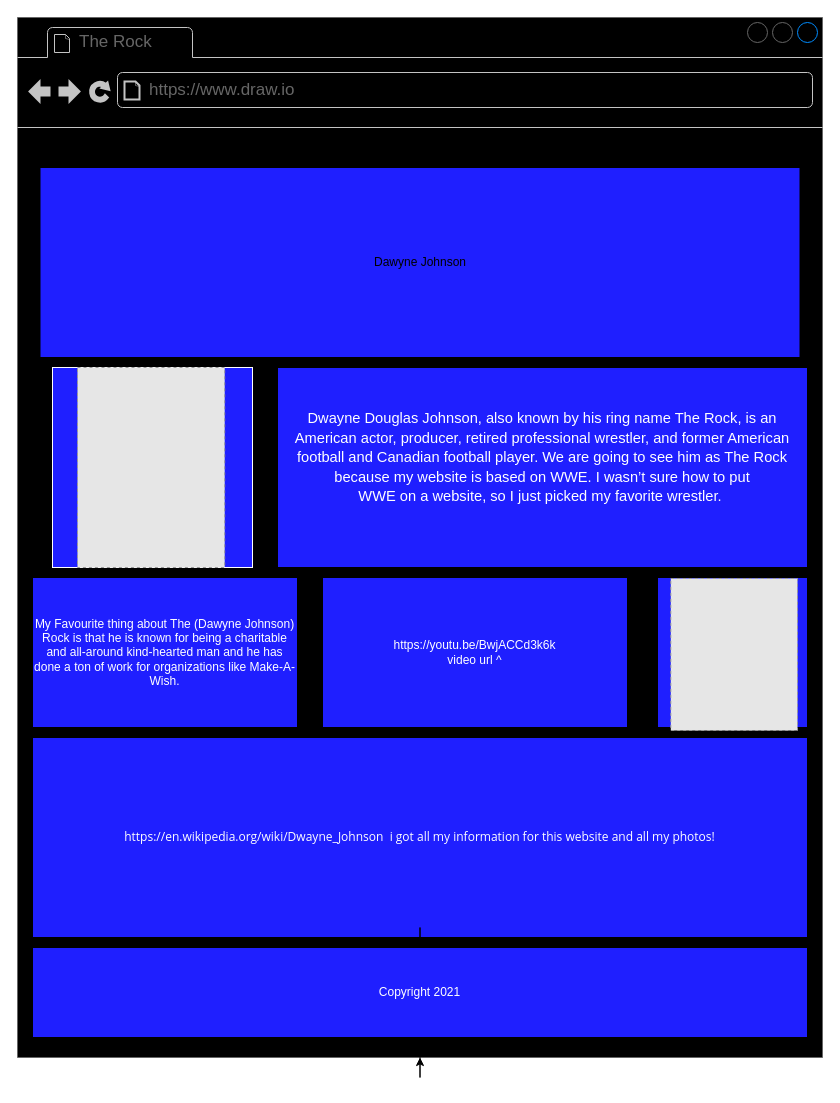
Before: wireframe.drawio in ASDAH-Digtal/18734-faavae-tau, a draw.io diagram. Source tidied: cells renumbered, new cells numbered last; positions are measured from the earlier drawing's top-left corner, leaving out a move shared by most shapes. Both pictures are drawn from the tidied source at 100%, with x=0, y=0 at pixel (17, 17). Pictures stored in the file or linked from it are replaced by grey dashed boxes.
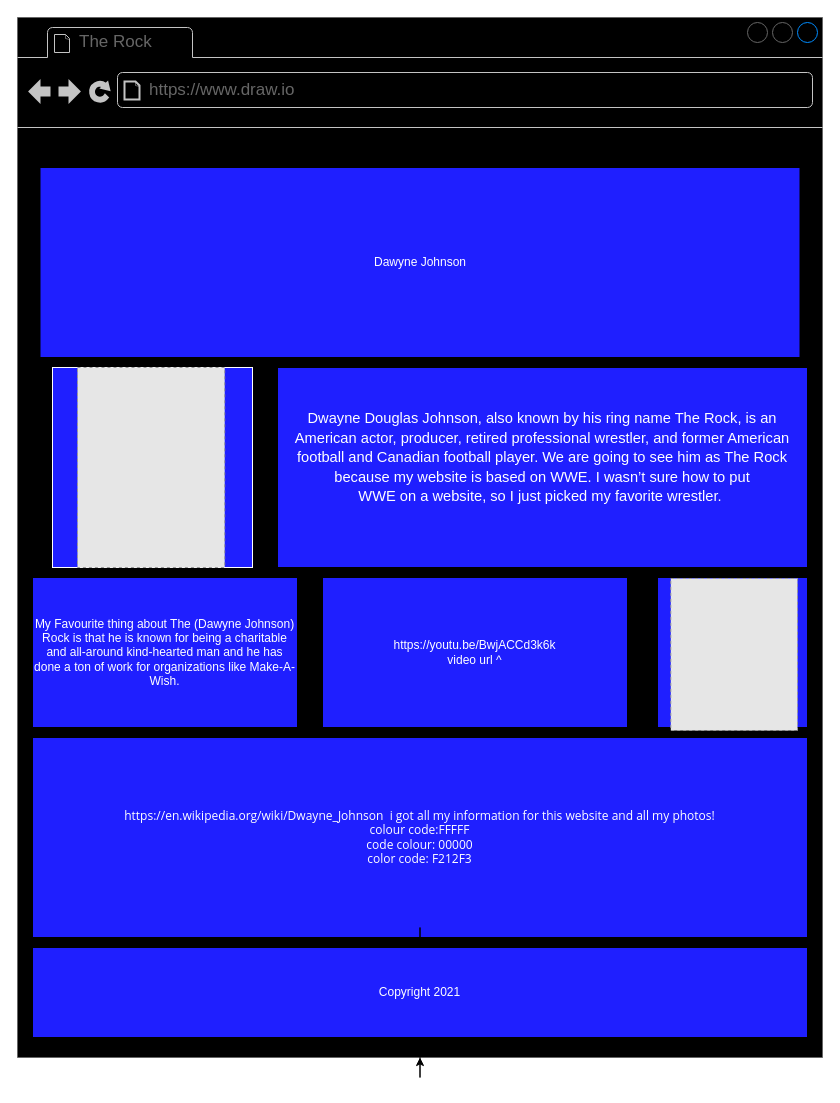
The same diagram, later.

What changed in the source:
```diff
@@
 <mxGraphModel>
   <root>
     <mxCell id="0" />
     <mxCell id="1" parent="0" />
     <mxCell id="2" value="https://upload.wikimedia.org/wikipedia/commons/thumb/9/9e/Therockaswwfchampion.jpg/170px-Therockaswwfchampion.jpg" style="strokeWidth=1;shadow=0;dashed=0;align=center;html=1;shape=mxgraph.mockup.containers.browserWindow;rSize=0;strokeColor=#666666;strokeColor2=#008cff;strokeColor3=#c4c4c4;mainText=,;fillColor=#000000;" parent="1" vertex="1">
       <mxGeometry width="805" height="1040" as="geometry" />
     </mxCell>
     <mxCell id="3" value="The Rock" style="strokeWidth=1;shadow=0;dashed=0;align=center;html=1;shape=mxgraph.mockup.containers.anchor;fontSize=17;fontColor=#666666;align=left;" parent="2" vertex="1">
       <mxGeometry x="60" y="12" width="160" height="26" as="geometry" />
     </mxCell>
     <mxCell id="4" value="https://www.draw.io" style="strokeWidth=1;shadow=0;dashed=0;align=center;html=1;shape=mxgraph.mockup.containers.anchor;rSize=0;fontSize=17;fontColor=#666666;align=left;" parent="2" vertex="1">
       <mxGeometry x="130" y="60" width="250" height="26" as="geometry" />
     </mxCell>
     <mxCell id="5" value="&lt;div class=&quot;OutlineElement Ltr  BCX0 SCXW151500705&quot; style=&quot;margin: 0px ; padding: 0px ; overflow: visible ; cursor: text ; clear: both ; position: relative ; direction: ltr ; font-family: &amp;#34;segoe ui&amp;#34; , &amp;#34;segoe ui web&amp;#34; , &amp;#34;arial&amp;#34; , &amp;#34;verdana&amp;#34; , sans-serif&quot;&gt;&lt;p class=&quot;Paragraph SCXW151500705 BCX0&quot; style=&quot;margin: 0px ; padding: 0px ; overflow-wrap: break-word ; vertical-align: baseline&quot;&gt;&lt;span style=&quot;background-color: rgb(31 , 31 , 255)&quot;&gt;&lt;font color=&quot;#ffffff&quot;&gt;&lt;span lang=&quot;EN-US&quot; class=&quot;TextRun SCXW151500705 BCX0&quot; style=&quot;margin: 0px ; padding: 0px ; font-size: 11pt ; line-height: 19.425px ; font-family: &amp;#34;calibri&amp;#34; , &amp;#34;calibri_embeddedfont&amp;#34; , &amp;#34;calibri_msfontservice&amp;#34; , sans-serif&quot;&gt;&lt;span class=&quot;NormalTextRun SCXW151500705 BCX0&quot; style=&quot;margin: 0px ; padding: 0px&quot;&gt;Dwayne Douglas Johnson, also known by his ring name The Rock, is an American actor, producer, retired professional wrestler, and former American football and Canadian football player.&lt;/span&gt;&lt;span class=&quot;NormalTextRun SCXW151500705 BCX0&quot; style=&quot;margin: 0px ; padding: 0px&quot;&gt;&amp;nbsp;We are going to see him as The Rock because my website is based on WWE. I wasn’t sure how to put WWE&lt;/span&gt;&lt;span class=&quot;NormalTextRun SCXW151500705 BCX0&quot; style=&quot;margin: 0px ; padding: 0px&quot;&gt;&amp;nbsp;&lt;/span&gt;&lt;span class=&quot;NormalTextRun SCXW151500705 BCX0&quot; style=&quot;margin: 0px ; padding: 0px&quot;&gt;on&lt;/span&gt;&lt;span class=&quot;NormalTextRun SCXW151500705 BCX0&quot; style=&quot;margin: 0px ; padding: 0px&quot;&gt;&amp;nbsp;a&amp;nbsp;&lt;/span&gt;&lt;span class=&quot;NormalTextRun SCXW151500705 BCX0&quot; style=&quot;margin: 0px ; padding: 0px&quot;&gt;website,&lt;/span&gt;&lt;span class=&quot;NormalTextRun SCXW151500705 BCX0&quot; style=&quot;margin: 0px ; padding: 0px&quot;&gt;&amp;nbsp;so I just picked my favorite wrestler.&lt;/span&gt;&lt;/span&gt;&lt;span class=&quot;EOP SCXW151500705 BCX0&quot; style=&quot;margin: 0px ; padding: 0px ; font-size: 11pt ; line-height: 19.425px ; font-family: &amp;#34;calibri&amp;#34; , &amp;#34;calibri_embeddedfont&amp;#34; , &amp;#34;calibri_msfontservice&amp;#34; , sans-serif&quot;&gt;&amp;nbsp;&lt;/span&gt;&lt;/font&gt;&lt;/span&gt;&lt;/p&gt;&lt;/div&gt;&lt;div class=&quot;OutlineElement Ltr  BCX0 SCXW151500705&quot; style=&quot;margin: 0px ; padding: 0px ; overflow: visible ; cursor: text ; clear: both ; position: relative ; direction: ltr ; font-family: &amp;#34;segoe ui&amp;#34; , &amp;#34;segoe ui web&amp;#34; , &amp;#34;arial&amp;#34; , &amp;#34;verdana&amp;#34; , sans-serif&quot;&gt;&lt;p class=&quot;Paragraph SCXW151500705 BCX0&quot; style=&quot;margin: 0px ; padding: 0px ; overflow-wrap: break-word ; vertical-align: baseline&quot;&gt;&lt;span style=&quot;background-color: rgb(31 , 31 , 255)&quot;&gt;&lt;font color=&quot;#ffffff&quot;&gt;&lt;span lang=&quot;EN-US&quot; class=&quot;TextRun SCXW151500705 BCX0&quot; style=&quot;margin: 0px ; padding: 0px ; font-size: 11pt ; line-height: 19.425px ; font-family: &amp;#34;calibri&amp;#34; , &amp;#34;calibri_embeddedfont&amp;#34; , &amp;#34;calibri_msfontservice&amp;#34; , sans-serif&quot;&gt;&lt;span class=&quot;NormalTextRun SCXW151500705 BCX0&quot; style=&quot;margin: 0px ; padding: 0px&quot;&gt;&lt;/span&gt;&lt;/span&gt;&lt;span class=&quot;EOP SCXW151500705 BCX0&quot; style=&quot;margin: 0px ; padding: 0px ; font-size: 11pt ; line-height: 19.425px ; font-family: &amp;#34;calibri&amp;#34; , &amp;#34;calibri_embeddedfont&amp;#34; , &amp;#34;calibri_msfontservice&amp;#34; , sans-serif&quot;&gt;&amp;nbsp;&lt;/span&gt;&lt;/font&gt;&lt;/span&gt;&lt;/p&gt;&lt;/div&gt;" style="rounded=0;whiteSpace=wrap;html=1;fillColor=#1F1FFF;" parent="2" vertex="1">
       <mxGeometry x="260" y="350" width="530" height="200" as="geometry" />
     </mxCell>
-    <mxCell id="6" value="&lt;div class=&quot;OutlineElement Ltr  BCX0 SCXW151500705&quot; style=&quot;margin: 0px ; padding: 0px ; overflow: visible ; cursor: text ; clear: both ; position: relative ; direction: ltr&quot;&gt;&lt;p class=&quot;Paragraph SCXW151500705 BCX0&quot; style=&quot;margin: 0px ; padding: 0px ; overflow-wrap: break-word ; vertical-align: baseline&quot;&gt;&lt;font face=&quot;segoe ui, segoe ui web, arial, verdana, sans-serif&quot; color=&quot;#ffffff&quot;&gt;https://en.wikipedia.org/wiki/Dwayne_Johnson&amp;nbsp; i got all my information for this website and all my photos!&lt;/font&gt;&lt;br&gt;&lt;/p&gt;&lt;/div&gt;" style="rounded=0;whiteSpace=wrap;html=1;fillColor=#1F1FFF;" parent="2" vertex="1">
+    <mxCell id="6" value="&lt;div class=&quot;OutlineElement Ltr  BCX0 SCXW151500705&quot; style=&quot;margin: 0px ; padding: 0px ; overflow: visible ; cursor: text ; clear: both ; position: relative ; direction: ltr&quot;&gt;&lt;p class=&quot;Paragraph SCXW151500705 BCX0&quot; style=&quot;margin: 0px ; padding: 0px ; overflow-wrap: break-word ; vertical-align: baseline&quot;&gt;&lt;font face=&quot;segoe ui, segoe ui web, arial, verdana, sans-serif&quot; color=&quot;#ffffff&quot;&gt;https://en.wikipedia.org/wiki/Dwayne_Johnson&amp;nbsp; i got all my information for this website and all my photos!&lt;/font&gt;&lt;br&gt;&lt;/p&gt;&lt;p class=&quot;Paragraph SCXW151500705 BCX0&quot; style=&quot;margin: 0px ; padding: 0px ; overflow-wrap: break-word ; vertical-align: baseline&quot;&gt;&lt;font face=&quot;segoe ui, segoe ui web, arial, verdana, sans-serif&quot; color=&quot;#ffffff&quot;&gt;colour code:FFFFF&lt;/font&gt;&lt;/p&gt;&lt;p class=&quot;Paragraph SCXW151500705 BCX0&quot; style=&quot;margin: 0px ; padding: 0px ; overflow-wrap: break-word ; vertical-align: baseline&quot;&gt;&lt;font face=&quot;segoe ui, segoe ui web, arial, verdana, sans-serif&quot; color=&quot;#ffffff&quot;&gt;code colour: 00000&lt;/font&gt;&lt;/p&gt;&lt;p class=&quot;Paragraph SCXW151500705 BCX0&quot; style=&quot;margin: 0px ; padding: 0px ; overflow-wrap: break-word ; vertical-align: baseline&quot;&gt;&lt;font face=&quot;segoe ui, segoe ui web, arial, verdana, sans-serif&quot; color=&quot;#ffffff&quot;&gt;color code: F212F3&lt;/font&gt;&lt;/p&gt;&lt;/div&gt;" style="rounded=0;whiteSpace=wrap;html=1;fillColor=#1F1FFF;" parent="2" vertex="1">
       <mxGeometry x="15" y="720" width="775" height="200" as="geometry" />
     </mxCell>
     <mxCell id="7" style="edgeStyle=orthogonalEdgeStyle;rounded=0;jettySize=auto;html=1;" parent="2" edge="1" source="8" target="2">
       <mxGeometry relative="1" as="geometry" />
     </mxCell>
     <mxCell id="8" value="&lt;font color=&quot;#ffffff&quot;&gt;Copyright 2021&lt;/font&gt;" style="rounded=0;whiteSpace=wrap;html=1;fillColor=#1F1FFF;" parent="2" vertex="1">
       <mxGeometry x="15" y="930" width="775" height="90" as="geometry" />
     </mxCell>
     <mxCell id="9" style="whiteSpace=wrap;html=1;strokeColor=#FFFFFF;fillColor=#1F1FFF;" parent="2" vertex="1">
       <mxGeometry x="35" y="350" width="200" height="200" as="geometry" />
     </mxCell>
-    <mxCell id="10" value="Dawyne Johnson" style="rounded=0;whiteSpace=wrap;html=1;fillColor=#1F1FFF;" parent="2" vertex="1">
+    <mxCell id="10" value="&lt;font color=&quot;#ffffff&quot;&gt;Dawyne Johnson&lt;/font&gt;" style="rounded=0;whiteSpace=wrap;html=1;fillColor=#1F1FFF;" parent="2" vertex="1">
       <mxGeometry x="22.5" y="150" width="760" height="190" as="geometry" />
     </mxCell>
     <mxCell id="11" style="whiteSpace=wrap;html=1;fillColor=#1F1FFF;" parent="2" vertex="1">
       <mxGeometry x="640" y="560" width="150" height="150" as="geometry" />
     </mxCell>
     <mxCell id="12" value="&lt;font color=&quot;#ffffff&quot;&gt;My Favourite thing about The (Dawyne Johnson) Rock is that he is&lt;span style=&quot;font-family: &amp;#34;arial&amp;#34; , sans-serif ; text-align: left ; background-color: rgb(31 , 31 , 255)&quot;&gt;&lt;font style=&quot;font-size: 12px&quot;&gt;&amp;nbsp;known for being a charitable and all-around kind-hearted man and he has done a ton of work for organizations like Make-A-Wish.&lt;/font&gt;&lt;/span&gt;&lt;/font&gt;" style="rounded=0;whiteSpace=wrap;html=1;fillColor=#1F1FFF;" parent="2" vertex="1">
       <mxGeometry x="15" y="560" width="265" height="150" as="geometry" />
     </mxCell>
     <mxCell id="13" value="&lt;font color=&quot;#ffffff&quot;&gt;https://youtu.be/BwjACCd3k6k&lt;br&gt;video url ^&lt;br&gt;&lt;/font&gt;" style="rounded=0;whiteSpace=wrap;html=1;fillColor=#1F1FFF;" parent="2" vertex="1">
       <mxGeometry x="305" y="560" width="305" height="150" as="geometry" />
     </mxCell>
     <mxCell id="14" style="fillColor=#E6E6E6;strokeColor=#999999;dashed=1;verticalLabelPosition=bottom;labelBackgroundColor=#ffffff;verticalAlign=top;" parent="2" vertex="1">
       <mxGeometry x="653.3" y="561" width="126.7" height="152" as="geometry" />
     </mxCell>
     <mxCell id="15" style="fillColor=#E6E6E6;strokeColor=#999999;dashed=1;verticalLabelPosition=bottom;labelBackgroundColor=#ffffff;verticalAlign=top;" parent="2" vertex="1">
       <mxGeometry x="60" y="350" width="147.2" height="200" as="geometry" />
     </mxCell>
   </root>
 </mxGraphModel>
```
